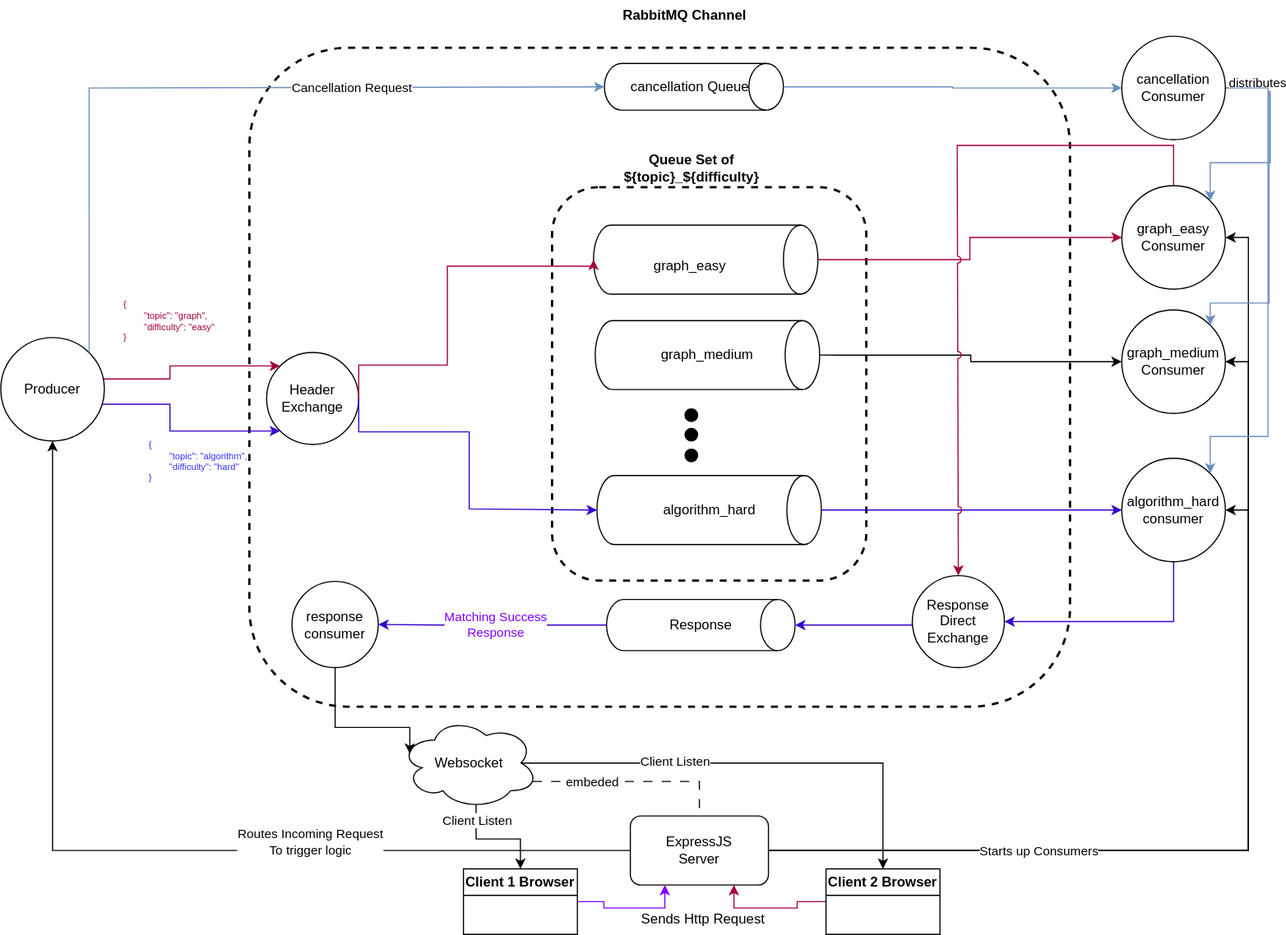
This is matchingService/assets/MatchingServiceFlow.drawio.svg from CS3219-AY2425S1/cs3219-ay2425s1-project-g08, a draw.io export, as it was before one commit. Source tidied: cells renumbered, new cells last; positions are measured from the earlier drawing's top-left corner, leaving out a move shared by most shapes.
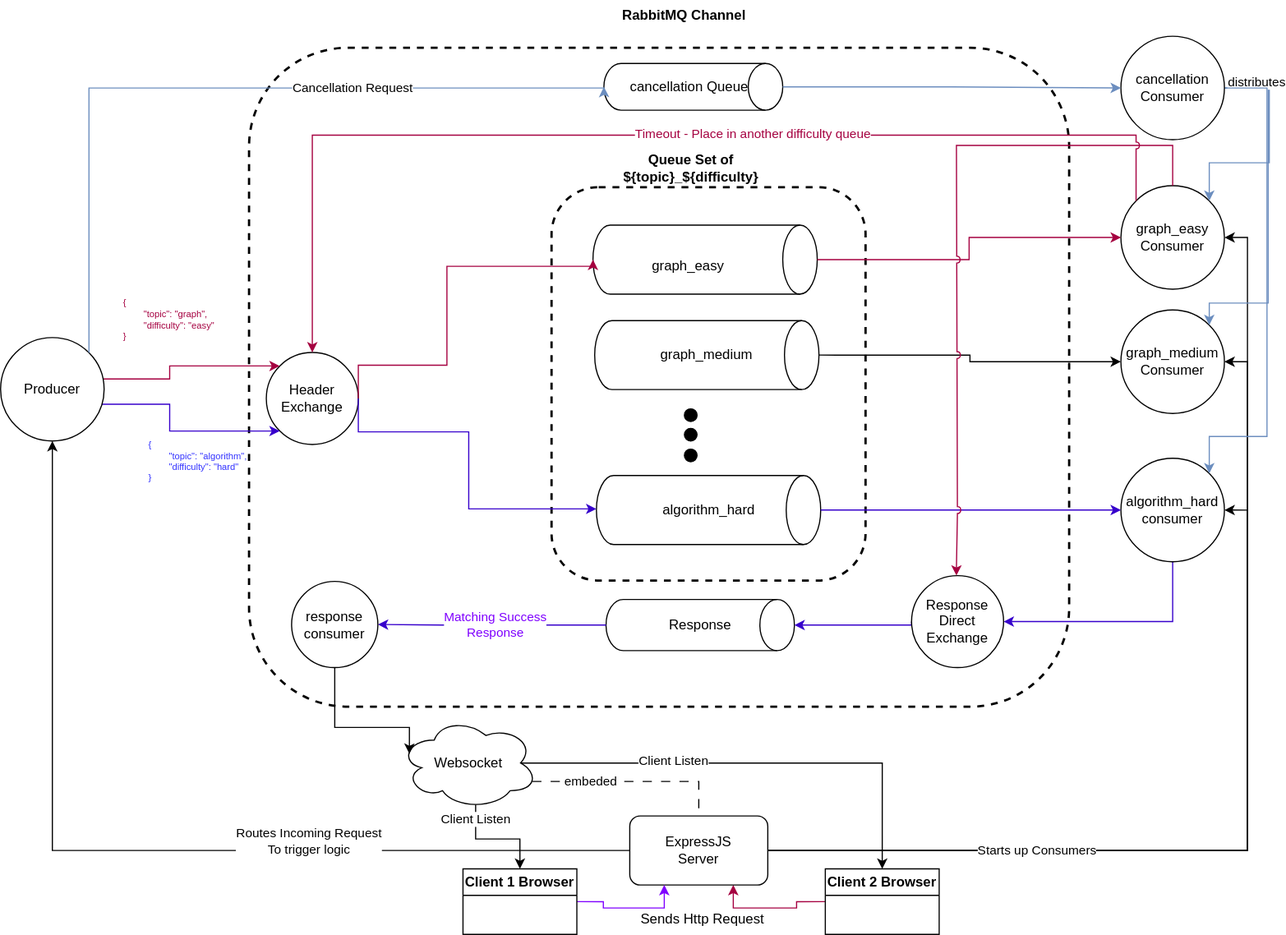
The same diagram one commit later.

Commit message:
update microservice overall flow diagram

What changed in the source:
```diff
@@ -300,5 +300,18 @@
         </Array>
       </mxGeometry>
     </mxCell>
+    <mxCell id="73" style="edgeStyle=orthogonalEdgeStyle;rounded=0;jettySize=auto;html=1;exitX=0;exitY=0;exitDx=0;exitDy=0;fillColor=#d80073;strokeColor=#A50040;jumpStyle=arc;entryX=0.5;entryY=0;entryDx=0;entryDy=0;" parent="1" edge="1" source="25" target="4">
+      <mxGeometry relative="1" as="geometry">
+        <Array as="points">
+          <mxPoint x="987" y="120" />
+          <mxPoint x="271" y="120" />
+        </Array>
+      </mxGeometry>
+    </mxCell>
+    <mxCell id="74" value="Timeout - Place in another difficulty queue" style="edgeLabel;html=1;align=center;verticalAlign=middle;fontColor=#A50040;" parent="73" vertex="1">
+      <mxGeometry x="-0.36" y="-1" relative="1" as="geometry">
+        <mxPoint x="-83" as="offset" />
+      </mxGeometry>
+    </mxCell>
   </root>
 </mxGraphModel>
```
